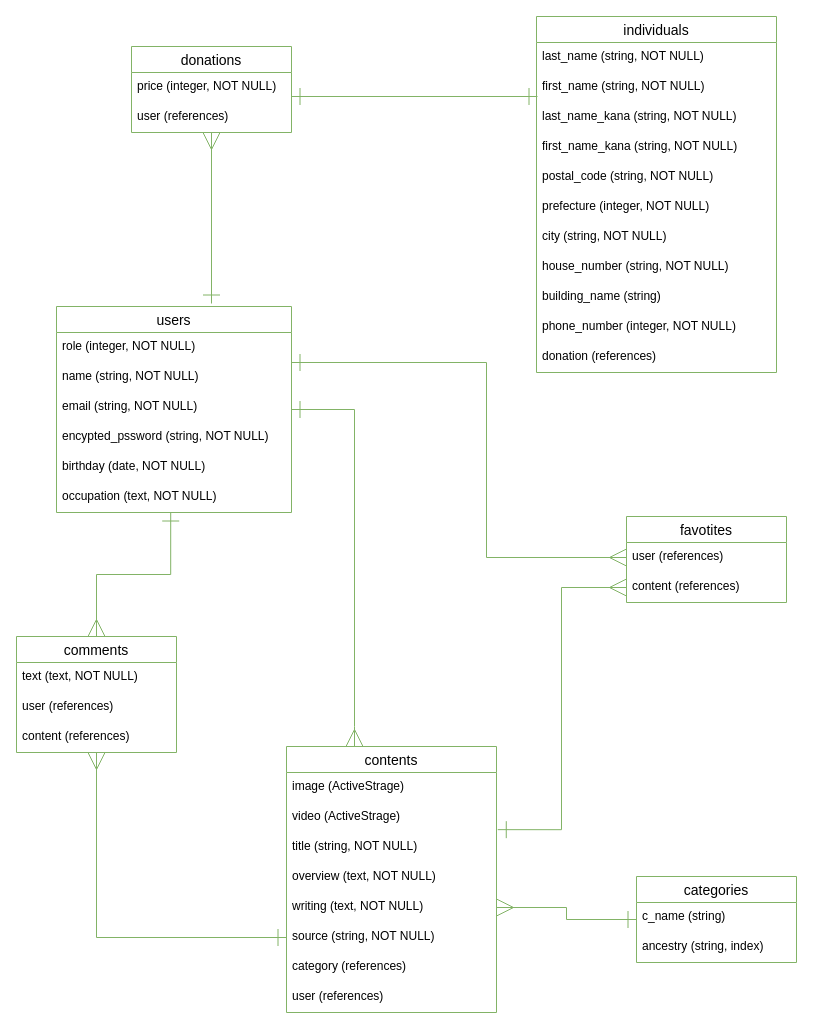
Above: ER.dio in Mizuki-hhh/future-55 (draw.io), before the change. Source tidied: cells renumbered, new cells numbered last; positions are measured from the earlier drawing's top-left corner, leaving out a move shared by most shapes. Both pictures are drawn from the tidied source at 100%, with x=0, y=0 at pixel (16, 16).
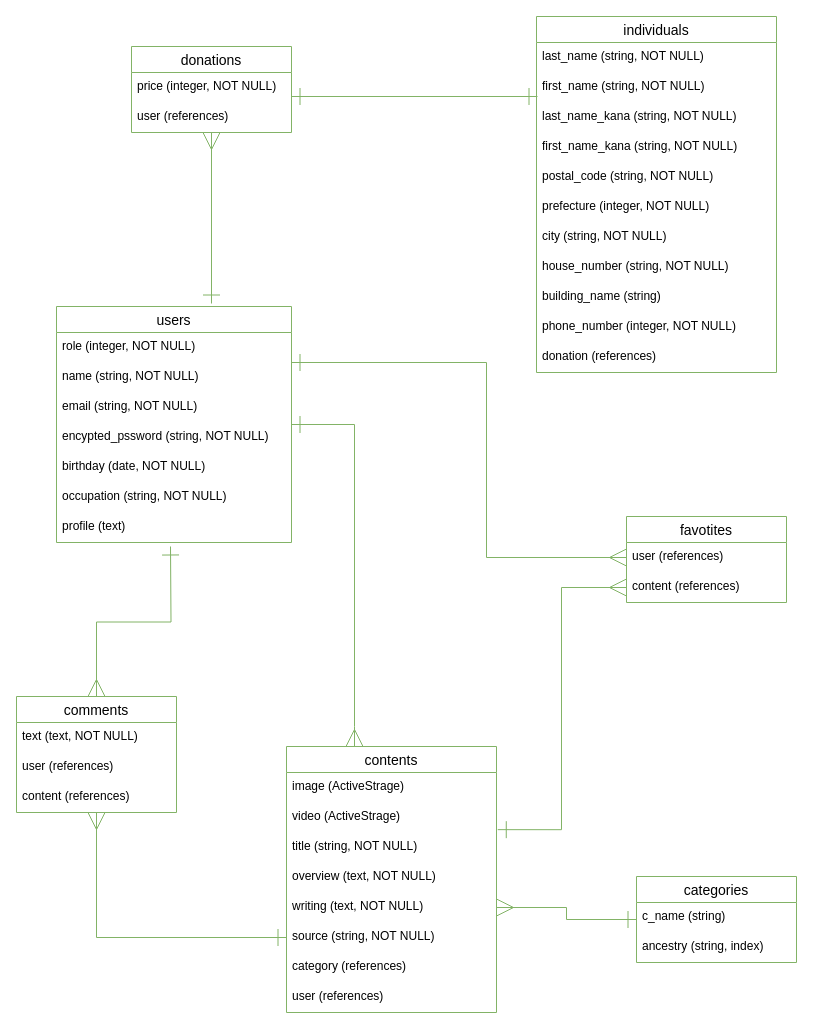
Above is the later version.

Change to the diagram source:
```diff
@@
     <mxCell id="4" value="users" style="swimlane;fontStyle=0;horizontal=1;startSize=26;align=center;fontSize=14;strokeColor=#82b366;fillColor=none;" parent="1" vertex="1">
-      <mxGeometry x="40" y="290" width="235" height="206" as="geometry" />
+      <mxGeometry x="40" y="290" width="235" height="236" as="geometry" />
     </mxCell>
@@
-    <mxCell id="11" value="occupation (text, NOT NULL)" style="text;strokeColor=none;fillColor=none;spacingLeft=4;spacingRight=4;overflow=hidden;points=[[0,0.5],[1,0.5]];portConstraint=eastwest;fontSize=12;" parent="4" vertex="1">
+    <mxCell id="11" value="occupation (string, NOT NULL)" style="text;strokeColor=none;fillColor=none;spacingLeft=4;spacingRight=4;overflow=hidden;points=[[0,0.5],[1,0.5]];portConstraint=eastwest;fontSize=12;" parent="4" vertex="1">
       <mxGeometry y="176" width="235" height="30" as="geometry" />
     </mxCell>
+    <mxCell id="51" value="profile (text)" style="text;strokeColor=none;fillColor=none;spacingLeft=4;spacingRight=4;overflow=hidden;fontSize=12;" parent="4" vertex="1">
+      <mxGeometry y="206" width="235" height="30" as="geometry" />
+    </mxCell>
@@
-    <mxCell id="36" style="edgeStyle=orthogonalEdgeStyle;rounded=0;jettySize=auto;html=1;startArrow=ERmany;startFill=0;startSize=15;endArrow=ERone;endFill=0;endSize=15;fillColor=#d5e8d4;strokeColor=#82b366;entryX=0.486;entryY=1;entryDx=0;entryDy=0;entryPerimeter=0;" parent="1" edge="1" source="38" target="11">
-      <mxGeometry relative="1" as="geometry" />
+    <mxCell id="36" style="edgeStyle=orthogonalEdgeStyle;rounded=0;jettySize=auto;html=1;startArrow=ERmany;startFill=0;startSize=15;endArrow=ERone;endFill=0;endSize=15;fillColor=#d5e8d4;strokeColor=#82b366;" parent="1" edge="1" source="38">
+      <mxGeometry relative="1" as="geometry">
+        <mxPoint x="154" y="530" as="targetPoint" />
+      </mxGeometry>
     </mxCell>
@@
     <mxCell id="38" value="comments" style="swimlane;fontStyle=0;horizontal=1;startSize=26;align=center;fontSize=14;strokeColor=#82b366;fillColor=none;" parent="1" vertex="1">
-      <mxGeometry y="620" width="160" height="116" as="geometry" />
+      <mxGeometry y="680" width="160" height="116" as="geometry" />
     </mxCell>
```
